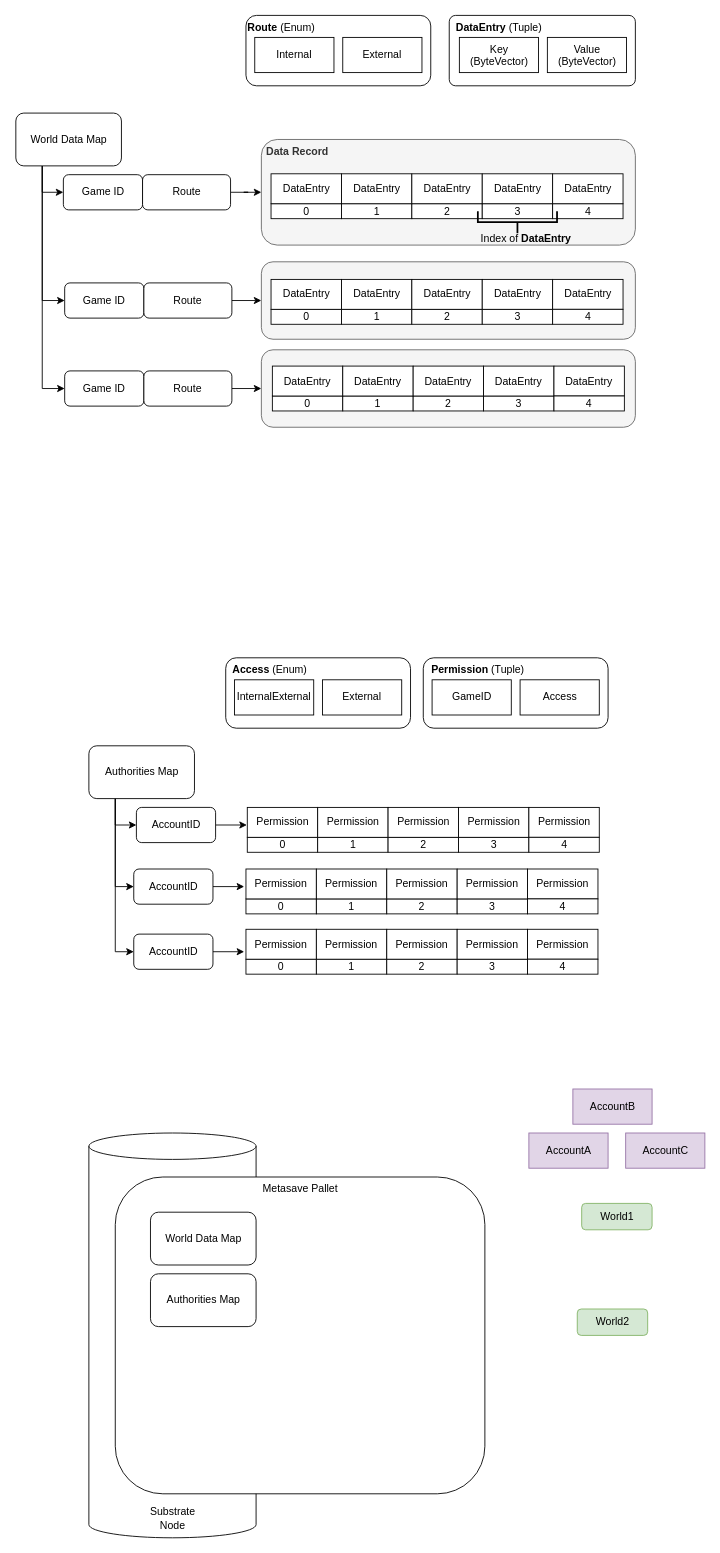
Above: page "Architecture" (2 of 2) of doc/Docs.drawio in kilogold/Metasave (draw.io), before the change. Source tidied: cells renumbered, new cells numbered last; positions are measured from the earlier drawing's top-left corner, leaving out a move shared by most shapes. Both pictures are drawn from the tidied source at 88%, with x=0, y=0 at pixel (15, 15).
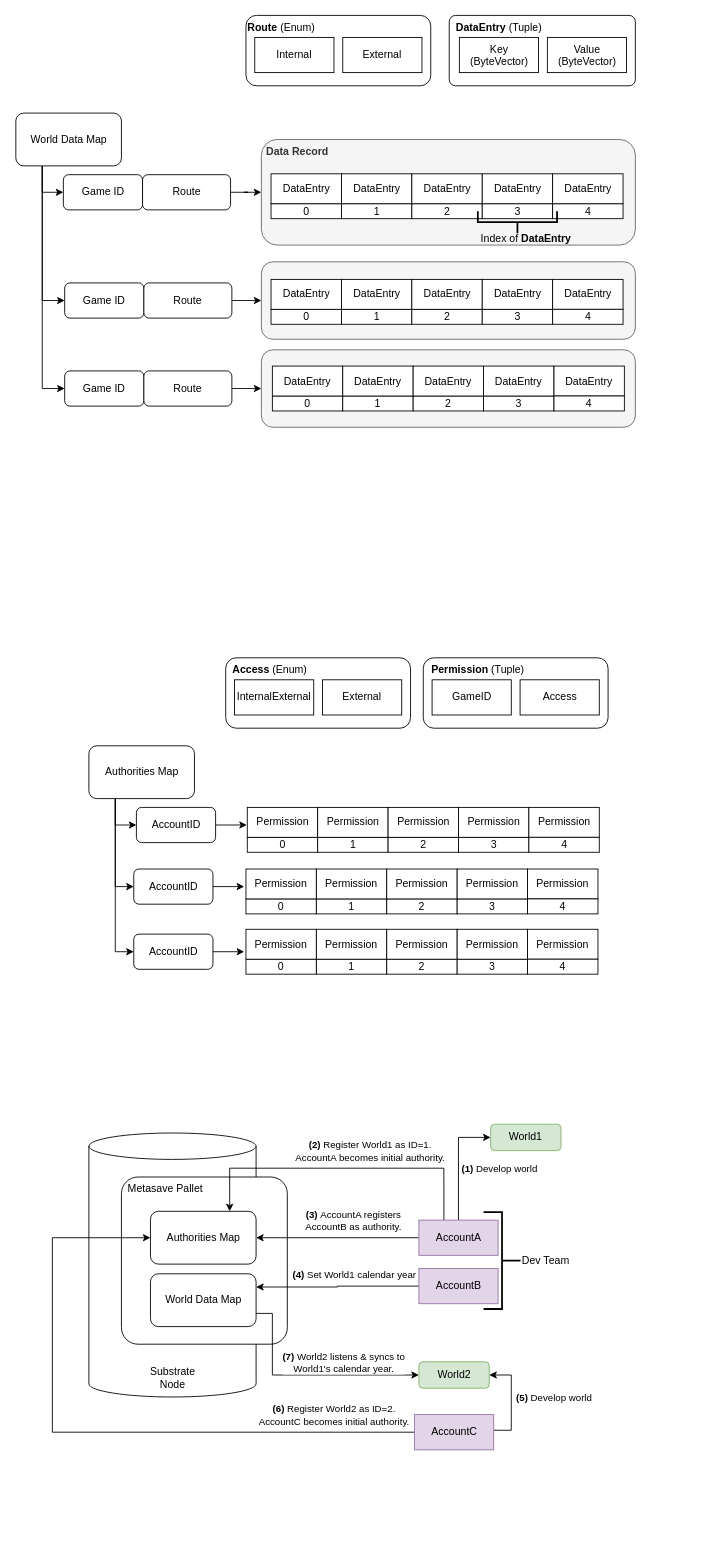
Above is the later version.

Diff of the diagram source:
```diff
@@
     <mxCell id="2" value="Substrate&lt;br&gt;Node" style="shape=cylinder3;whiteSpace=wrap;html=1;boundedLbl=1;backgroundOutline=1;size=15;verticalAlign=bottom;" parent="1" vertex="1">
-      <mxGeometry x="83.5" y="1270" width="190" height="460" as="geometry" />
+      <mxGeometry x="83.5" y="1270" width="190" height="300" as="geometry" />
     </mxCell>
-    <mxCell id="3" value="Metasave Pallet" style="rounded=1;whiteSpace=wrap;html=1;verticalAlign=top;" parent="1" vertex="1">
-      <mxGeometry x="113.5" y="1320" width="420" height="360" as="geometry" />
+    <mxCell id="3" value="Metasave Pallet" style="rounded=1;whiteSpace=wrap;html=1;verticalAlign=top;align=left;arcSize=10;spacingLeft=5;" parent="1" vertex="1">
+      <mxGeometry x="120.5" y="1320" width="188.5" height="190" as="geometry" />
     </mxCell>
+    <mxCell id="111" style="edgeStyle=orthogonalEdgeStyle;rounded=0;jettySize=auto;html=1;entryX=0.75;entryY=0;entryDx=0;entryDy=0;exitX=0.316;exitY=0.064;exitDx=0;exitDy=0;exitPerimeter=0;" parent="1" edge="1" source="6" target="63">
+      <mxGeometry relative="1" as="geometry">
+        <Array as="points">
+          <mxPoint x="487" y="1310" />
+          <mxPoint x="243" y="1310" />
+        </Array>
+      </mxGeometry>
+    </mxCell>
+    <mxCell id="112" value="&lt;b&gt;(2) &lt;/b&gt;Register World1 as ID=1.&lt;br&gt;AccountA becomes initial authority." style="edgeLabel;html=1;align=center;verticalAlign=middle;" parent="111" vertex="1">
+      <mxGeometry x="-0.56" y="1" relative="1" as="geometry">
+        <mxPoint x="-68" y="-21" as="offset" />
+      </mxGeometry>
+    </mxCell>
     <mxCell id="4" value="World1" style="rounded=1;whiteSpace=wrap;html=1;verticalAlign=middle;fillColor=#d5e8d4;strokeColor=#82b366;" parent="1" vertex="1">
-      <mxGeometry x="643.5" y="1350" width="80" height="30" as="geometry" />
+      <mxGeometry x="540" y="1260" width="80" height="30" as="geometry" />
     </mxCell>
     <mxCell id="5" value="World2" style="rounded=1;whiteSpace=wrap;html=1;verticalAlign=middle;fillColor=#d5e8d4;strokeColor=#82b366;" parent="1" vertex="1">
-      <mxGeometry x="638.5" y="1470" width="80" height="30" as="geometry" />
+      <mxGeometry x="458.5" y="1530" width="80" height="30" as="geometry" />
     </mxCell>
+    <mxCell id="113" style="edgeStyle=orthogonalEdgeStyle;rounded=0;jettySize=auto;html=1;entryX=0;entryY=0.5;entryDx=0;entryDy=0;" parent="1" edge="1" source="6" target="4">
+      <mxGeometry relative="1" as="geometry" />
+    </mxCell>
+    <mxCell id="114" value="&lt;b&gt;(1)&lt;/b&gt; Develop world" style="edgeLabel;html=1;align=center;verticalAlign=middle;" parent="113" vertex="1">
+      <mxGeometry x="-0.03" y="2" relative="1" as="geometry">
+        <mxPoint x="48" y="4" as="offset" />
+      </mxGeometry>
+    </mxCell>
+    <mxCell id="115" style="edgeStyle=orthogonalEdgeStyle;rounded=0;jettySize=auto;html=1;entryX=1;entryY=0.5;entryDx=0;entryDy=0;" parent="1" edge="1" source="6" target="63">
+      <mxGeometry relative="1" as="geometry" />
+    </mxCell>
+    <mxCell id="116" value="&lt;b&gt;(3)&lt;/b&gt;&amp;nbsp;AccountA registers &lt;br&gt;AccountB as authority." style="edgeLabel;html=1;align=center;verticalAlign=middle;" parent="115" vertex="1">
+      <mxGeometry x="-0.33" y="-2" relative="1" as="geometry">
+        <mxPoint x="-13" y="-18" as="offset" />
+      </mxGeometry>
+    </mxCell>
     <mxCell id="6" value="AccountA" style="rounded=0;whiteSpace=wrap;html=1;verticalAlign=middle;fillColor=#e1d5e7;strokeColor=#9673a6;" parent="1" vertex="1">
-      <mxGeometry x="583.5" y="1270" width="90" height="40" as="geometry" />
+      <mxGeometry x="458.5" y="1369" width="90" height="40" as="geometry" />
     </mxCell>
+    <mxCell id="117" style="edgeStyle=orthogonalEdgeStyle;rounded=0;jettySize=auto;html=1;entryX=1;entryY=0.25;entryDx=0;entryDy=0;" parent="1" edge="1" source="7" target="64">
+      <mxGeometry relative="1" as="geometry" />
+    </mxCell>
+    <mxCell id="118" value="&lt;b style=&quot;background-color: rgb(248 , 249 , 250) ; font-family: &amp;#34;helvetica&amp;#34;&quot;&gt;(4)&lt;/b&gt;&lt;span style=&quot;font-family: &amp;#34;helvetica&amp;#34;&quot;&gt;&amp;nbsp;Set World1 calendar year&lt;/span&gt;" style="edgeLabel;html=1;align=center;verticalAlign=middle;" parent="117" vertex="1">
+      <mxGeometry x="0.08" y="-2" relative="1" as="geometry">
+        <mxPoint x="25" y="-13" as="offset" />
+      </mxGeometry>
+    </mxCell>
     <mxCell id="7" value="AccountB" style="rounded=0;whiteSpace=wrap;html=1;verticalAlign=middle;fillColor=#e1d5e7;strokeColor=#9673a6;" parent="1" vertex="1">
-      <mxGeometry x="633.5" y="1220" width="90" height="40" as="geometry" />
+      <mxGeometry x="458.5" y="1424" width="90" height="40" as="geometry" />
     </mxCell>
+    <mxCell id="119" style="edgeStyle=orthogonalEdgeStyle;rounded=0;jettySize=auto;html=1;entryX=1;entryY=0.5;entryDx=0;entryDy=0;exitX=1.002;exitY=0.445;exitDx=0;exitDy=0;exitPerimeter=0;" parent="1" edge="1" source="8" target="5">
+      <mxGeometry relative="1" as="geometry" />
+    </mxCell>
+    <mxCell id="120" value="&lt;b&gt;(5)&lt;/b&gt;&amp;nbsp;Develop world" style="edgeLabel;html=1;align=center;verticalAlign=middle;" parent="119" vertex="1">
+      <mxGeometry x="-0.57" relative="1" as="geometry">
+        <mxPoint x="48" y="-34" as="offset" />
+      </mxGeometry>
+    </mxCell>
+    <mxCell id="121" style="edgeStyle=orthogonalEdgeStyle;rounded=0;jettySize=auto;html=1;exitX=0;exitY=0.5;exitDx=0;exitDy=0;entryX=0;entryY=0.5;entryDx=0;entryDy=0;" parent="1" edge="1" source="8" target="63">
+      <mxGeometry relative="1" as="geometry">
+        <Array as="points">
+          <mxPoint x="42" y="1610" />
+          <mxPoint x="42" y="1389" />
+        </Array>
+      </mxGeometry>
+    </mxCell>
+    <mxCell id="122" value="&lt;b&gt;(6)&lt;/b&gt;&amp;nbsp;Register World2 as ID=2.&lt;br&gt;AccountC becomes initial authority." style="edgeLabel;html=1;align=center;verticalAlign=middle;" parent="121" vertex="1">
+      <mxGeometry x="-0.75" y="1" relative="1" as="geometry">
+        <mxPoint x="1" y="-21" as="offset" />
+      </mxGeometry>
+    </mxCell>
     <mxCell id="8" value="AccountC" style="rounded=0;whiteSpace=wrap;html=1;verticalAlign=middle;fillColor=#e1d5e7;strokeColor=#9673a6;" parent="1" vertex="1">
-      <mxGeometry x="693.5" y="1270" width="90" height="40" as="geometry" />
+      <mxGeometry x="453.5" y="1590" width="90" height="40" as="geometry" />
     </mxCell>
@@
-    <mxCell id="63" value="World Data Map" style="rounded=1;whiteSpace=wrap;html=1;align=center;verticalAlign=middle;" parent="1" vertex="1">
-      <mxGeometry x="153.5" y="1360" width="120" height="60" as="geometry" />
+    <mxCell id="63" value="Authorities Map" style="rounded=1;whiteSpace=wrap;html=1;align=center;verticalAlign=middle;" parent="1" vertex="1">
+      <mxGeometry x="153.5" y="1359" width="120" height="60" as="geometry" />
     </mxCell>
+    <mxCell id="123" style="edgeStyle=orthogonalEdgeStyle;rounded=0;jettySize=auto;html=1;exitX=1;exitY=0.75;exitDx=0;exitDy=0;entryX=0;entryY=0.5;entryDx=0;entryDy=0;" parent="1" edge="1" source="64" target="5">
+      <mxGeometry relative="1" as="geometry">
+        <Array as="points">
+          <mxPoint x="292" y="1475" />
+          <mxPoint x="292" y="1545" />
+        </Array>
+      </mxGeometry>
+    </mxCell>
+    <mxCell id="124" value="&lt;b&gt;(7)&lt;/b&gt;&amp;nbsp;World2 listens &amp;amp; syncs to &lt;br&gt;World1's calendar year." style="edgeLabel;html=1;align=center;verticalAlign=middle;" parent="123" vertex="1">
+      <mxGeometry x="0.25" y="-1" relative="1" as="geometry">
+        <mxPoint x="10" y="-16" as="offset" />
+      </mxGeometry>
+    </mxCell>
-    <mxCell id="64" value="Authorities Map" style="rounded=1;whiteSpace=wrap;html=1;align=center;verticalAlign=middle;" parent="1" vertex="1">
+    <mxCell id="64" value="World Data Map" style="rounded=1;whiteSpace=wrap;html=1;align=center;verticalAlign=middle;" parent="1" vertex="1">
       <mxGeometry x="153.5" y="1430" width="120" height="60" as="geometry" />
     </mxCell>
@@
+    <mxCell id="125" value="Dev Team" style="strokeWidth=2;html=1;shape=mxgraph.flowchart.annotation_2;align=left;labelPosition=right;flipH=1;" parent="1" vertex="1">
+      <mxGeometry x="532" y="1360" width="42" height="110" as="geometry" />
+    </mxCell>
```
